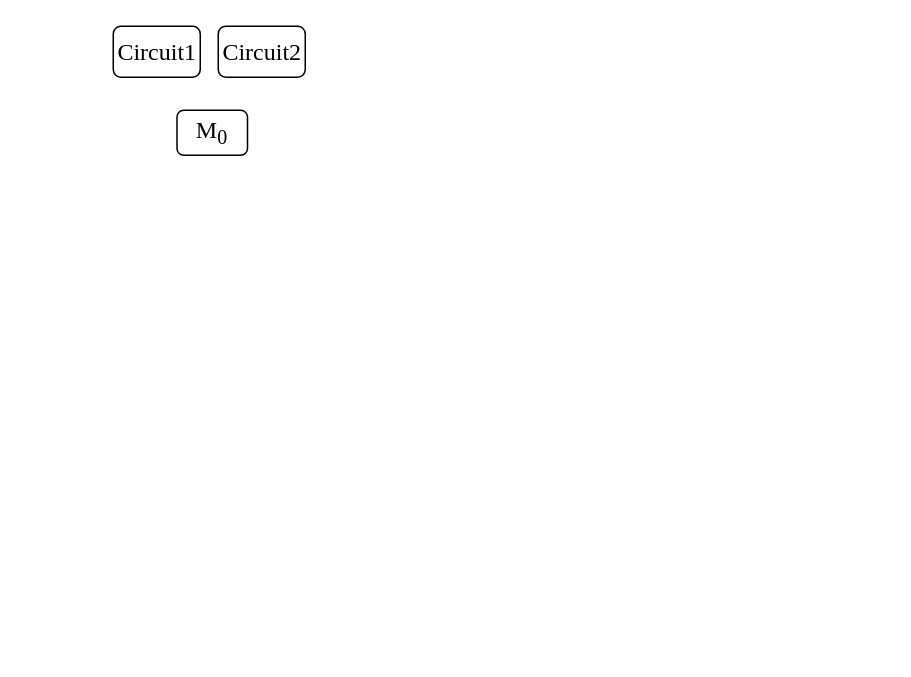
hyw-num/alg keeps this draw.io diagram as sweeping.drawio. Above is the earlier version. Source tidied: cells renumbered, new cells numbered last; positions are measured from the earlier drawing's top-left corner, leaving out a move shared by most shapes. Both pictures are drawn from the tidied source at 150%, with x=0, y=0 at pixel (112, 26).
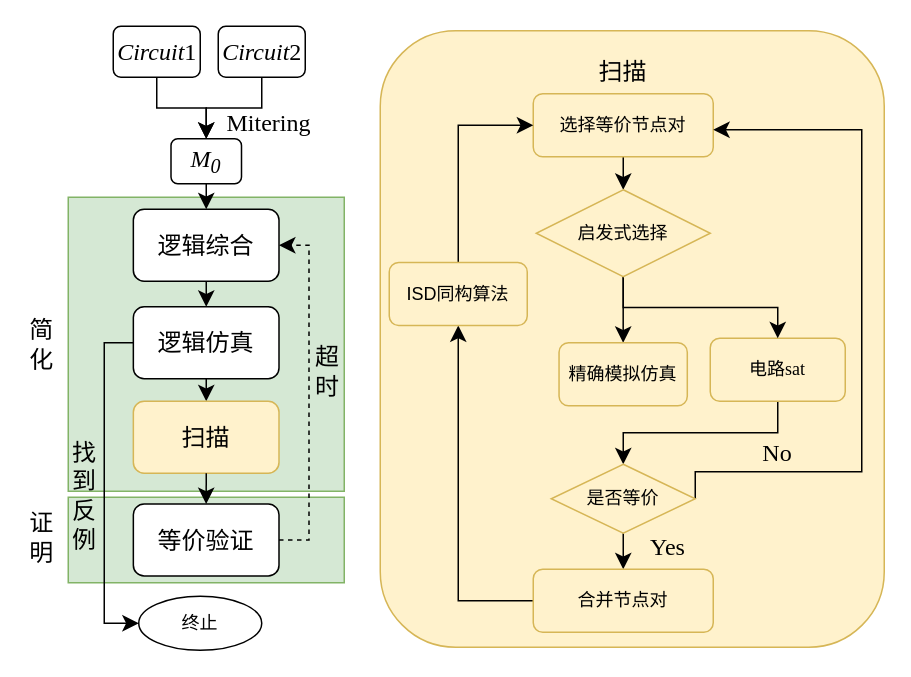
The same diagram, later.

Diff of the diagram source:
```diff
@@
+    <mxCell id="9" style="rounded=0;whiteSpace=wrap;html=1;fillColor=#d5e8d4;strokeColor=#82b366;fontFamily=宋体;" parent="1" vertex="1">
+      <mxGeometry x="-30" y="314" width="184" height="57" as="geometry" />
+    </mxCell>
+    <mxCell id="10" style="rounded=1;whiteSpace=wrap;html=1;fontFamily=宋体;" parent="1" vertex="1">
+      <mxGeometry x="13.4" y="318.5" width="97.1" height="48" as="geometry" />
+    </mxCell>
+    <mxCell id="11" style="rounded=0;whiteSpace=wrap;html=1;fillColor=#d5e8d4;strokeColor=#82b366;fontFamily=宋体;" parent="1" vertex="1">
+      <mxGeometry x="-30" y="114" width="184" height="196" as="geometry" />
+    </mxCell>
+    <mxCell id="12" style="rounded=1;whiteSpace=wrap;html=1;fontFamily=宋体;" parent="1" vertex="1">
+      <mxGeometry x="13.4" y="122" width="97.1" height="48" as="geometry" />
+    </mxCell>
+    <mxCell id="13" style="rounded=1;whiteSpace=wrap;html=1;fontFamily=宋体;" parent="1" vertex="1">
+      <mxGeometry x="13.4" y="187" width="97.1" height="48" as="geometry" />
+    </mxCell>
+    <mxCell id="14" style="edgeStyle=none;curved=1;rounded=0;jettySize=auto;html=1;exitX=0.5;exitY=1;exitDx=0;exitDy=0;entryX=0.5;entryY=0;entryDx=0;entryDy=0;fontSize=12;startSize=8;endSize=8;fontFamily=宋体;" parent="1" edge="1" source="15" target="17">
+      <mxGeometry relative="1" as="geometry" />
+    </mxCell>
+    <mxCell id="15" value="&lt;font&gt;逻辑综合&lt;/font&gt;" style="text;html=1;align=center;verticalAlign=middle;whiteSpace=wrap;rounded=0;fontSize=16;fontFamily=宋体;" parent="1" vertex="1">
+      <mxGeometry y="122" width="124" height="48" as="geometry" />
+    </mxCell>
+    <mxCell id="16" style="edgeStyle=none;curved=1;rounded=0;jettySize=auto;html=1;exitX=0.5;exitY=1;exitDx=0;exitDy=0;entryX=0.5;entryY=0;entryDx=0;entryDy=0;fontSize=12;startSize=8;endSize=8;fontFamily=宋体;" parent="1" edge="1" source="17" target="30">
+      <mxGeometry relative="1" as="geometry" />
+    </mxCell>
+    <mxCell id="17" value="&lt;font&gt;逻辑仿真&lt;/font&gt;" style="text;html=1;align=center;verticalAlign=middle;whiteSpace=wrap;rounded=0;fontSize=16;fontFamily=宋体;" parent="1" vertex="1">
+      <mxGeometry y="187" width="124" height="48" as="geometry" />
+    </mxCell>
+    <mxCell id="18" style="edgeStyle=orthogonalEdgeStyle;rounded=0;jettySize=auto;html=1;exitX=0.5;exitY=1;exitDx=0;exitDy=0;entryX=0.5;entryY=0;entryDx=0;entryDy=0;fontSize=12;startSize=8;endSize=8;fontFamily=宋体;" parent="1" edge="1" source="2" target="8">
+      <mxGeometry relative="1" as="geometry" />
+    </mxCell>
-    <mxCell id="2" style="rounded=1;whiteSpace=wrap;html=1;" parent="1" vertex="1">
+    <mxCell id="2" style="rounded=1;whiteSpace=wrap;html=1;fontFamily=宋体;" parent="1" vertex="1">
       <mxGeometry width="58" height="34" as="geometry" />
     </mxCell>
-    <mxCell id="3" value="&lt;font face=&quot;Times New Roman&quot;&gt;Circuit1&lt;/font&gt;" style="text;html=1;align=center;verticalAlign=middle;whiteSpace=wrap;rounded=0;fontSize=16;" parent="1" vertex="1">
+    <mxCell id="3" value="&lt;font&gt;&lt;i&gt;Circuit&lt;/i&gt;1&lt;/font&gt;" style="text;html=1;align=center;verticalAlign=middle;whiteSpace=wrap;rounded=0;fontSize=16;fontFamily=Times New Roman;" parent="1" vertex="1">
       <mxGeometry x="1.5" y="7" width="55" height="20" as="geometry" />
     </mxCell>
+    <mxCell id="19" style="edgeStyle=orthogonalEdgeStyle;rounded=0;jettySize=auto;html=1;exitX=0.5;exitY=1;exitDx=0;exitDy=0;entryX=0.5;entryY=0;entryDx=0;entryDy=0;fontSize=12;startSize=8;endSize=8;fontFamily=宋体;" parent="1" edge="1" source="4" target="8">
+      <mxGeometry relative="1" as="geometry" />
+    </mxCell>
-    <mxCell id="4" style="rounded=1;whiteSpace=wrap;html=1;" parent="1" vertex="1">
+    <mxCell id="4" style="rounded=1;whiteSpace=wrap;html=1;fontFamily=宋体;" parent="1" vertex="1">
       <mxGeometry x="70" width="58" height="34" as="geometry" />
     </mxCell>
-    <mxCell id="5" value="&lt;font face=&quot;Times New Roman&quot;&gt;Circuit2&lt;/font&gt;" style="text;html=1;align=center;verticalAlign=middle;whiteSpace=wrap;rounded=0;fontSize=16;" parent="1" vertex="1">
+    <mxCell id="5" value="&lt;font&gt;&lt;i&gt;Circuit&lt;/i&gt;2&lt;/font&gt;" style="text;html=1;align=center;verticalAlign=middle;whiteSpace=wrap;rounded=0;fontSize=16;fontFamily=Times New Roman;" parent="1" vertex="1">
       <mxGeometry x="71.5" y="7" width="55" height="20" as="geometry" />
     </mxCell>
-    <mxCell id="6" style="group;" parent="1" vertex="1">
-      <mxGeometry x="36" y="56" width="60" height="30" as="geometry" />
+    <mxCell id="6" style="group;fontFamily=宋体;" parent="1" vertex="1">
+      <mxGeometry x="32" y="75" width="60" height="30" as="geometry" />
     </mxCell>
-    <mxCell id="7" style="rounded=1;whiteSpace=wrap;html=1;" parent="6" vertex="1">
+    <mxCell id="7" style="rounded=1;whiteSpace=wrap;html=1;fontFamily=宋体;" parent="6" vertex="1">
       <mxGeometry x="6.5" width="47" height="30" as="geometry" />
     </mxCell>
-    <mxCell id="8" value="&lt;font face=&quot;Times New Roman&quot;&gt;M&lt;sub&gt;0&lt;/sub&gt;&lt;/font&gt;" style="text;html=1;align=center;verticalAlign=middle;whiteSpace=wrap;rounded=0;fontSize=16;" parent="6" vertex="1">
+    <mxCell id="8" value="&lt;font&gt;&lt;i&gt;M&lt;sub&gt;0&lt;/sub&gt;&lt;/i&gt;&lt;/font&gt;" style="text;html=1;align=center;verticalAlign=middle;whiteSpace=wrap;rounded=0;fontSize=16;fontFamily=Times New Roman;" parent="6" vertex="1">
       <mxGeometry width="60" height="30" as="geometry" />
     </mxCell>
+    <mxCell id="20" value="终止" style="ellipse;whiteSpace=wrap;html=1;fontFamily=宋体;" parent="1" vertex="1">
+      <mxGeometry x="17" y="380" width="82" height="36" as="geometry" />
+    </mxCell>
+    <mxCell id="21" value="&lt;font&gt;Mitering&lt;/font&gt;" style="text;html=1;align=center;verticalAlign=middle;whiteSpace=wrap;rounded=0;fontSize=16;fontFamily=Times New Roman;" parent="1" vertex="1">
+      <mxGeometry x="80" y="52" width="48" height="23" as="geometry" />
+    </mxCell>
+    <mxCell id="22" style="edgeStyle=orthogonalEdgeStyle;rounded=0;jettySize=auto;html=1;exitX=0;exitY=0.5;exitDx=0;exitDy=0;entryX=0;entryY=0.5;entryDx=0;entryDy=0;fontSize=12;startSize=8;endSize=8;fontFamily=宋体;" parent="1" edge="1" source="13" target="20">
+      <mxGeometry relative="1" as="geometry">
+        <Array as="points">
+          <mxPoint x="-6" y="211" />
+          <mxPoint x="-6" y="398" />
+        </Array>
+      </mxGeometry>
+    </mxCell>
+    <mxCell id="23" value="&lt;font&gt;找到反例&lt;/font&gt;" style="text;html=1;align=center;verticalAlign=middle;whiteSpace=wrap;rounded=0;fontSize=16;fontFamily=宋体;" parent="1" vertex="1">
+      <mxGeometry x="-27" y="298" width="16" height="30" as="geometry" />
+    </mxCell>
+    <mxCell id="24" style="rounded=0;jettySize=auto;html=1;exitX=1;exitY=0.5;exitDx=0;exitDy=0;entryX=1;entryY=0.5;entryDx=0;entryDy=0;fontSize=12;startSize=8;endSize=8;edgeStyle=orthogonalEdgeStyle;dashed=1;fontFamily=宋体;" parent="1" edge="1" source="10" target="12">
+      <mxGeometry relative="1" as="geometry" />
+    </mxCell>
+    <mxCell id="25" value="&lt;font&gt;超时&lt;/font&gt;" style="text;html=1;align=center;verticalAlign=middle;whiteSpace=wrap;rounded=0;fontSize=16;fontFamily=宋体;" parent="1" vertex="1">
+      <mxGeometry x="135" y="215" width="16" height="30" as="geometry" />
+    </mxCell>
+    <mxCell id="26" value="&lt;font&gt;简化&lt;/font&gt;" style="text;html=1;align=center;verticalAlign=middle;whiteSpace=wrap;rounded=0;fontSize=16;fontFamily=宋体;" parent="1" vertex="1">
+      <mxGeometry x="-58" y="197" width="21" height="30" as="geometry" />
+    </mxCell>
+    <mxCell id="27" value="&lt;font&gt;证明&lt;/font&gt;" style="text;html=1;align=center;verticalAlign=middle;whiteSpace=wrap;rounded=0;fontSize=16;fontFamily=宋体;" parent="1" vertex="1">
+      <mxGeometry x="-58" y="326" width="21" height="30" as="geometry" />
+    </mxCell>
+    <mxCell id="28" style="group;fontFamily=宋体;" parent="1" vertex="1">
+      <mxGeometry y="250" width="124" height="48" as="geometry" />
+    </mxCell>
+    <mxCell id="29" style="rounded=1;whiteSpace=wrap;html=1;fillColor=#fff2cc;strokeColor=#d6b656;fontFamily=宋体;" parent="28" vertex="1">
+      <mxGeometry x="13.4" width="97.1" height="48" as="geometry" />
+    </mxCell>
+    <mxCell id="30" value="&lt;font&gt;扫描&lt;/font&gt;" style="text;html=1;align=center;verticalAlign=middle;whiteSpace=wrap;rounded=0;fontSize=16;fontFamily=宋体;" parent="28" vertex="1">
+      <mxGeometry width="124" height="48" as="geometry" />
+    </mxCell>
+    <mxCell id="31" style="rounded=1;whiteSpace=wrap;html=1;fillColor=#fff2cc;strokeColor=#d6b656;fontFamily=宋体;" parent="1" vertex="1">
+      <mxGeometry x="178" y="3" width="336" height="411" as="geometry" />
+    </mxCell>
+    <mxCell id="32" value="&lt;font&gt;扫描&lt;/font&gt;" style="text;html=1;align=center;verticalAlign=middle;whiteSpace=wrap;rounded=0;fontSize=16;fontFamily=宋体;" parent="1" vertex="1">
+      <mxGeometry x="310" y="15" width="60" height="30" as="geometry" />
+    </mxCell>
+    <mxCell id="33" style="edgeStyle=none;curved=1;rounded=0;jettySize=auto;html=1;exitX=0.5;exitY=1;exitDx=0;exitDy=0;fontSize=12;startSize=8;endSize=8;fontFamily=宋体;" parent="1" edge="1" source="8" target="15">
+      <mxGeometry relative="1" as="geometry" />
+    </mxCell>
+    <mxCell id="34" style="edgeStyle=none;curved=1;rounded=0;jettySize=auto;html=1;exitX=0.5;exitY=1;exitDx=0;exitDy=0;entryX=0.5;entryY=0;entryDx=0;entryDy=0;fontSize=12;startSize=8;endSize=8;fontFamily=宋体;" parent="1" edge="1" source="30" target="10">
+      <mxGeometry relative="1" as="geometry" />
+    </mxCell>
+    <mxCell id="35" value="&lt;font&gt;等价验证&lt;/font&gt;" style="text;html=1;align=center;verticalAlign=middle;whiteSpace=wrap;rounded=0;fontSize=16;fontFamily=宋体;" parent="1" vertex="1">
+      <mxGeometry y="318.5" width="124" height="48" as="geometry" />
+    </mxCell>
+    <mxCell id="36" style="edgeStyle=none;curved=1;rounded=0;jettySize=auto;html=1;exitX=0.5;exitY=1;exitDx=0;exitDy=0;entryX=0.5;entryY=0;entryDx=0;entryDy=0;fontSize=12;startSize=8;endSize=8;" parent="1" edge="1" source="37" target="51">
+      <mxGeometry relative="1" as="geometry" />
+    </mxCell>
+    <mxCell id="37" value="&lt;font&gt;选择等价节点对&lt;/font&gt;" style="rounded=1;whiteSpace=wrap;html=1;fillColor=#fff2cc;strokeColor=#d6b656;fontFamily=宋体;" parent="1" vertex="1">
+      <mxGeometry x="280" y="45" width="120" height="42" as="geometry" />
+    </mxCell>
+    <mxCell id="38" style="edgeStyle=orthogonalEdgeStyle;rounded=0;jettySize=auto;html=1;exitX=0.5;exitY=1;exitDx=0;exitDy=0;entryX=0.5;entryY=0;entryDx=0;entryDy=0;fontSize=12;startSize=8;endSize=8;" parent="1" edge="1" source="39" target="42">
+      <mxGeometry relative="1" as="geometry" />
+    </mxCell>
+    <mxCell id="39" value="&lt;font&gt;电路&lt;font face=&quot;Times New Roman&quot;&gt;sat&lt;/font&gt;&lt;/font&gt;" style="rounded=1;whiteSpace=wrap;html=1;fillColor=#fff2cc;strokeColor=#d6b656;fontFamily=宋体;" parent="1" vertex="1">
+      <mxGeometry x="398" y="208" width="90" height="42" as="geometry" />
+    </mxCell>
+    <mxCell id="40" style="edgeStyle=orthogonalEdgeStyle;rounded=0;jettySize=auto;html=1;exitX=1;exitY=0.5;exitDx=0;exitDy=0;fontSize=12;startSize=8;endSize=8;fontFamily=宋体;" parent="1" edge="1" source="42">
+      <mxGeometry relative="1" as="geometry">
+        <mxPoint x="400" y="69" as="targetPoint" />
+        <Array as="points">
+          <mxPoint x="388" y="297" />
+          <mxPoint x="499" y="297" />
+          <mxPoint x="499" y="69" />
+        </Array>
+      </mxGeometry>
+    </mxCell>
+    <mxCell id="41" style="edgeStyle=none;curved=1;rounded=0;jettySize=auto;html=1;exitX=0.5;exitY=1;exitDx=0;exitDy=0;fontSize=12;startSize=8;endSize=8;" parent="1" edge="1" source="42" target="44">
+      <mxGeometry relative="1" as="geometry" />
+    </mxCell>
+    <mxCell id="42" value="是否等价" style="rhombus;whiteSpace=wrap;html=1;fillColor=#fff2cc;strokeColor=#d6b656;fontFamily=宋体;" parent="1" vertex="1">
+      <mxGeometry x="292" y="292" width="96" height="46" as="geometry" />
+    </mxCell>
+    <mxCell id="43" style="edgeStyle=orthogonalEdgeStyle;rounded=0;jettySize=auto;html=1;exitX=0;exitY=0.5;exitDx=0;exitDy=0;entryX=0.5;entryY=1;entryDx=0;entryDy=0;fontSize=12;startSize=8;endSize=8;" parent="1" edge="1" source="44" target="48">
+      <mxGeometry relative="1" as="geometry" />
+    </mxCell>
+    <mxCell id="44" value="&lt;font&gt;合并节点对&lt;/font&gt;" style="rounded=1;whiteSpace=wrap;html=1;fillColor=#fff2cc;strokeColor=#d6b656;fontFamily=宋体;" parent="1" vertex="1">
+      <mxGeometry x="280" y="362" width="120" height="42" as="geometry" />
+    </mxCell>
+    <mxCell id="45" value="Yes" style="text;html=1;align=center;verticalAlign=middle;whiteSpace=wrap;rounded=0;fontSize=16;fontFamily=Times New Roman;" parent="1" vertex="1">
+      <mxGeometry x="340" y="332" width="60" height="30" as="geometry" />
+    </mxCell>
+    <mxCell id="46" value="No" style="text;html=1;align=center;verticalAlign=middle;whiteSpace=wrap;rounded=0;fontSize=16;fontFamily=Times New Roman;" parent="1" vertex="1">
+      <mxGeometry x="413" y="269" width="60" height="30" as="geometry" />
+    </mxCell>
+    <mxCell id="47" style="edgeStyle=orthogonalEdgeStyle;rounded=0;jettySize=auto;html=1;exitX=0.5;exitY=0;exitDx=0;exitDy=0;entryX=0;entryY=0.5;entryDx=0;entryDy=0;fontSize=12;startSize=8;endSize=8;" parent="1" edge="1" source="48" target="37">
+      <mxGeometry relative="1" as="geometry" />
+    </mxCell>
+    <mxCell id="48" value="ISD同构算法" style="rounded=1;whiteSpace=wrap;html=1;fillColor=#fff2cc;strokeColor=#d6b656;fontFamily=宋体;" parent="1" vertex="1">
+      <mxGeometry x="184" y="157.5" width="92" height="42" as="geometry" />
+    </mxCell>
+    <mxCell id="49" style="edgeStyle=orthogonalEdgeStyle;rounded=0;jettySize=auto;html=1;exitX=0.5;exitY=1;exitDx=0;exitDy=0;entryX=0.5;entryY=0;entryDx=0;entryDy=0;fontSize=12;startSize=8;endSize=8;" parent="1" edge="1" source="51" target="39">
+      <mxGeometry relative="1" as="geometry" />
+    </mxCell>
+    <mxCell id="50" style="edgeStyle=none;curved=1;rounded=0;jettySize=auto;html=1;exitX=0.5;exitY=1;exitDx=0;exitDy=0;entryX=0.5;entryY=0;entryDx=0;entryDy=0;fontSize=12;startSize=8;endSize=8;" parent="1" edge="1" source="51" target="52">
+      <mxGeometry relative="1" as="geometry" />
+    </mxCell>
+    <mxCell id="51" value="&lt;font face=&quot;宋体&quot;&gt;启发式选择&lt;/font&gt;" style="rhombus;whiteSpace=wrap;html=1;fillColor=#fff2cc;strokeColor=#d6b656;" parent="1" vertex="1">
+      <mxGeometry x="282" y="109" width="116" height="58" as="geometry" />
+    </mxCell>
+    <mxCell id="52" value="精确模拟仿真" style="rounded=1;whiteSpace=wrap;html=1;fillColor=#fff2cc;strokeColor=#d6b656;fontFamily=宋体;" parent="1" vertex="1">
+      <mxGeometry x="297.2" y="211" width="85.5" height="42" as="geometry" />
+    </mxCell>
```
